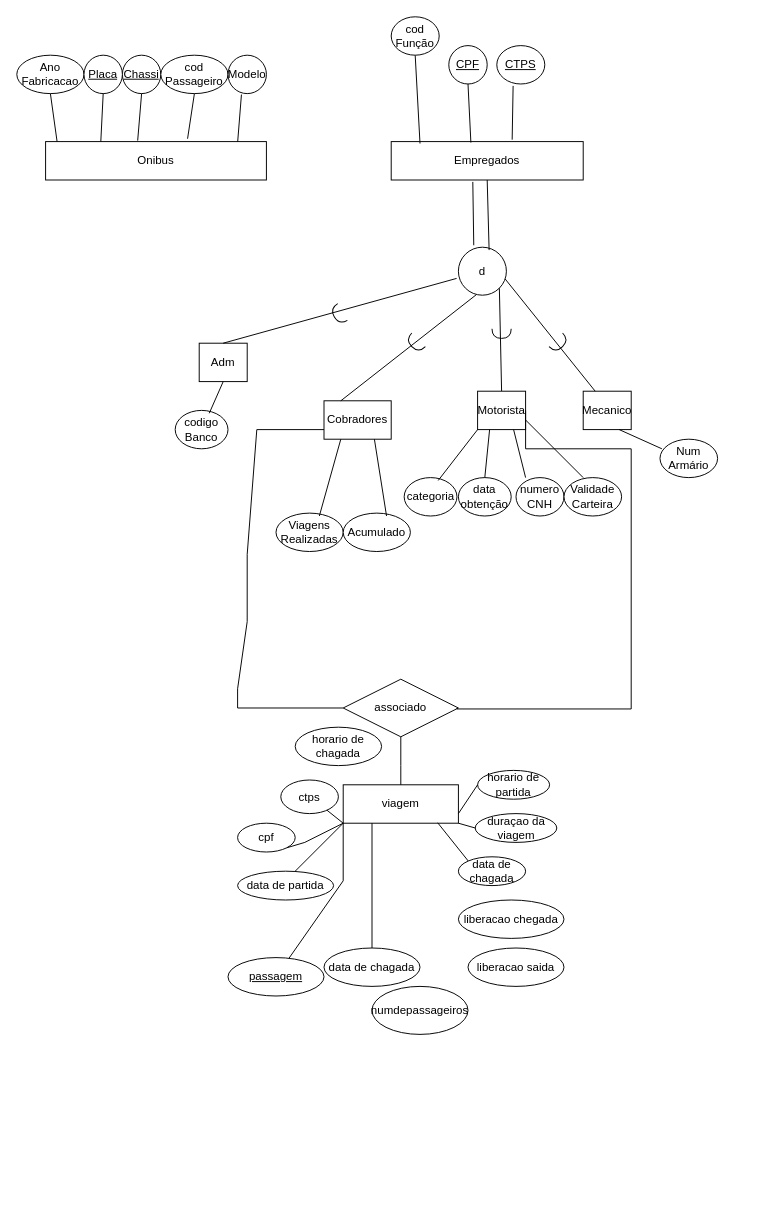
Above: page "Diagrama de Entidade Relacionamento" (3 of 3) of aula_1409_BancDados.drawio in imreadyrod/DiagramasTurmaBancDados (draw.io), before the change. Source tidied: cells renumbered, new cells numbered last; positions are measured from the earlier drawing's top-left corner, leaving out a move shared by most shapes. Both pictures are drawn from the tidied source at 96%, with x=0, y=0 at pixel (16, 16).
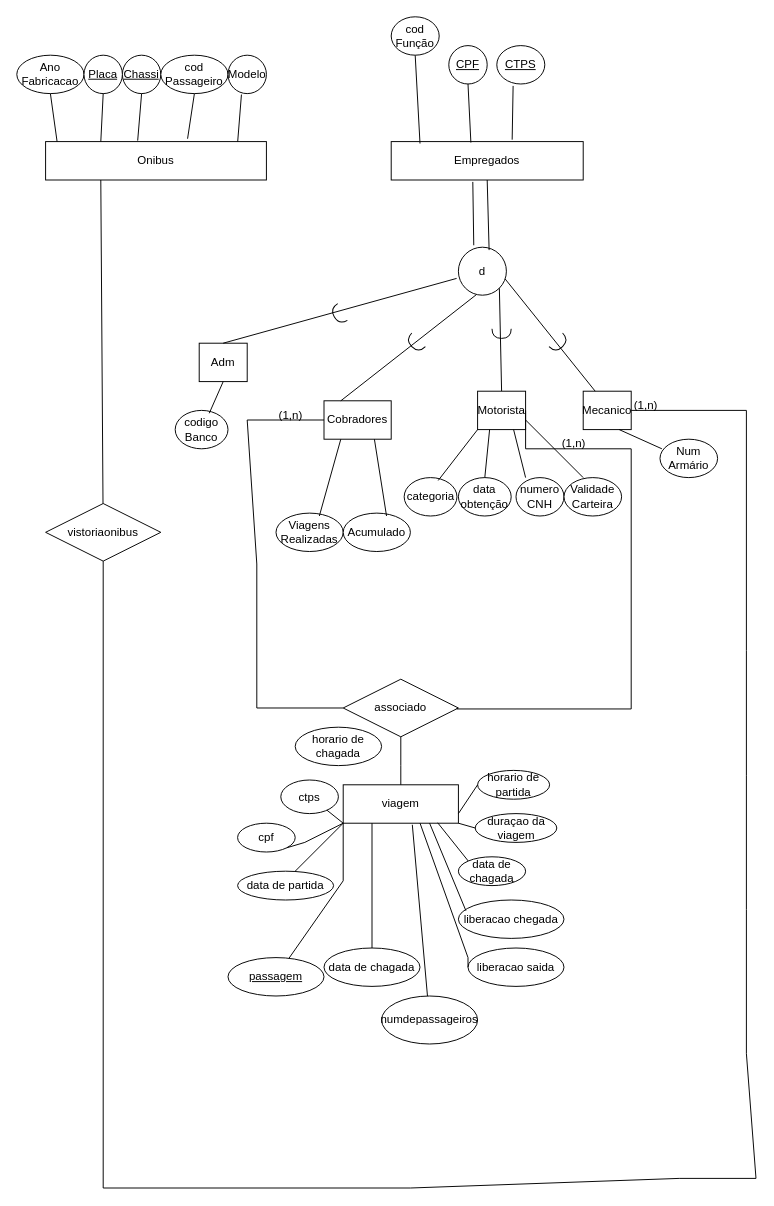
The same page after the edit.

Unchanged cells that the change refers to:
```xml
<mxCell id="2" value="Onibus" style="whiteSpace=wrap;html=1;align=center;" parent="1" vertex="1">
  <mxGeometry x="30" y="130" width="230" height="40" as="geometry" />
</mxCell>
<mxCell id="25" value="Cobradores" style="whiteSpace=wrap;html=1;align=center;" parent="1" vertex="1">
  <mxGeometry x="320" y="400" width="70" height="40" as="geometry" />
</mxCell>
<mxCell id="26" value="Mecanico" style="whiteSpace=wrap;html=1;align=center;" parent="1" vertex="1">
  <mxGeometry x="590" y="390" width="50" height="40" as="geometry" />
</mxCell>
<mxCell id="51" value="associado" style="shape=rhombus;perimeter=rhombusPerimeter;whiteSpace=wrap;html=1;align=center;" parent="1" vertex="1">
  <mxGeometry x="340" y="690" width="120" height="60" as="geometry" />
</mxCell>
<mxCell id="54" value="viagem" style="rounded=0;whiteSpace=wrap;html=1;" parent="1" vertex="1">
  <mxGeometry x="340" y="800" width="120" height="40" as="geometry" />
</mxCell>
<mxCell id="63" value="liberacao chegada" style="ellipse;whiteSpace=wrap;html=1;" parent="1" vertex="1">
  <mxGeometry x="460" y="920" width="110" height="40" as="geometry" />
</mxCell>
<mxCell id="68" value="liberacao saida" style="ellipse;whiteSpace=wrap;html=1;" parent="1" vertex="1">
  <mxGeometry x="470" y="970" width="100" height="40" as="geometry" />
</mxCell>
```

Change to the diagram source:
```diff
@@
-    <mxCell id="53" style="endArrow=none;html=1;rounded=0;entryX=0;entryY=0.5;entryDx=0;entryDy=0;exitX=0;exitY=0.75;exitDx=0;exitDy=0;" parent="1" edge="1" source="25" target="51">
-      <mxGeometry relative="1" as="geometry">
-        <Array as="points">
-          <mxPoint x="250" y="430" />
-          <mxPoint x="240" y="560" />
-          <mxPoint x="240" y="630" />
-          <mxPoint x="230" y="700" />
-          <mxPoint x="230" y="720" />
-        </Array>
-      </mxGeometry>
-    </mxCell>
@@
     <mxCell id="60" value="numdepassageiros" style="ellipse;whiteSpace=wrap;html=1;" parent="1" vertex="1">
-      <mxGeometry x="370" y="1010" width="100" height="50" as="geometry" />
+      <mxGeometry x="380" y="1020" width="100" height="50" as="geometry" />
     </mxCell>
@@
+    <mxCell id="76" style="endArrow=none;html=1;rounded=0;entryX=0.6;entryY=1.041;entryDx=0;entryDy=0;entryPerimeter=0;" parent="1" edge="1" source="60" target="54">
+      <mxGeometry relative="1" as="geometry" />
+    </mxCell>
+    <mxCell id="77" style="endArrow=none;html=1;rounded=0;exitX=0.071;exitY=0.278;exitDx=0;exitDy=0;exitPerimeter=0;entryX=0.75;entryY=1;entryDx=0;entryDy=0;" parent="1" edge="1" source="63" target="54">
+      <mxGeometry relative="1" as="geometry" />
+    </mxCell>
+    <mxCell id="78" style="endArrow=none;html=1;rounded=0;entryX=0;entryY=0.5;entryDx=0;entryDy=0;exitX=0.667;exitY=1;exitDx=0;exitDy=0;exitPerimeter=0;" parent="1" edge="1" source="54" target="68">
+      <mxGeometry relative="1" as="geometry">
+        <Array as="points">
+          <mxPoint x="470" y="980" />
+        </Array>
+      </mxGeometry>
+    </mxCell>
+    <mxCell id="79" style="endArrow=none;html=1;rounded=0;entryX=0;entryY=0.5;entryDx=0;entryDy=0;exitX=0;exitY=0.5;exitDx=0;exitDy=0;" parent="1" edge="1" source="51" target="25">
+      <mxGeometry relative="1" as="geometry">
+        <Array as="points">
+          <mxPoint x="250" y="720" />
+          <mxPoint x="250" y="570" />
+          <mxPoint x="240" y="420" />
+        </Array>
+      </mxGeometry>
+    </mxCell>
+    <mxCell id="80" value="vistoriaonibus" style="shape=rhombus;perimeter=rhombusPerimeter;whiteSpace=wrap;html=1;align=center;" parent="1" vertex="1">
+      <mxGeometry x="30" y="507" width="120" height="60" as="geometry" />
+    </mxCell>
+    <mxCell id="81" style="edgeStyle=orthogonalEdgeStyle;rounded=0;orthogonalLoop=1;jettySize=auto;html=1;exitX=0.5;exitY=1;exitDx=0;exitDy=0;" parent="1" edge="1" source="80" target="80">
+      <mxGeometry relative="1" as="geometry" />
+    </mxCell>
+    <mxCell id="82" style="endArrow=none;html=1;rounded=0;entryX=0.5;entryY=1;entryDx=0;entryDy=0;exitX=1;exitY=0.5;exitDx=0;exitDy=0;" parent="1" edge="1" source="26" target="80">
+      <mxGeometry relative="1" as="geometry">
+        <Array as="points">
+          <mxPoint x="760" y="410" />
+          <mxPoint x="760" y="660" />
+          <mxPoint x="760" y="790" />
+          <mxPoint x="760" y="930" />
+          <mxPoint x="760" y="1080" />
+          <mxPoint x="770" y="1210" />
+          <mxPoint x="690" y="1210" />
+          <mxPoint x="410" y="1220" />
+          <mxPoint x="90" y="1220" />
+        </Array>
+      </mxGeometry>
+    </mxCell>
+    <mxCell id="83" style="endArrow=none;html=1;rounded=0;entryX=0.25;entryY=1;entryDx=0;entryDy=0;" parent="1" edge="1" source="80" target="2">
+      <mxGeometry relative="1" as="geometry" />
+    </mxCell>
+    <mxCell id="84" value="(1,n)" style="text;html=1;align=center;verticalAlign=middle;strokeColor=none;fillColor=none;" parent="1" vertex="1">
+      <mxGeometry x="260" y="400" width="50" height="30" as="geometry" />
+    </mxCell>
+    <mxCell id="85" value="(1,n)" style="text;html=1;align=center;verticalAlign=middle;strokeColor=none;fillColor=none;" parent="1" vertex="1">
+      <mxGeometry x="555" y="430" width="50" height="30" as="geometry" />
+    </mxCell>
+    <mxCell id="86" value="(1,n)" style="text;html=1;align=center;verticalAlign=middle;strokeColor=none;fillColor=none;" parent="1" vertex="1">
+      <mxGeometry x="630" y="390" width="50" height="30" as="geometry" />
+    </mxCell>
```
